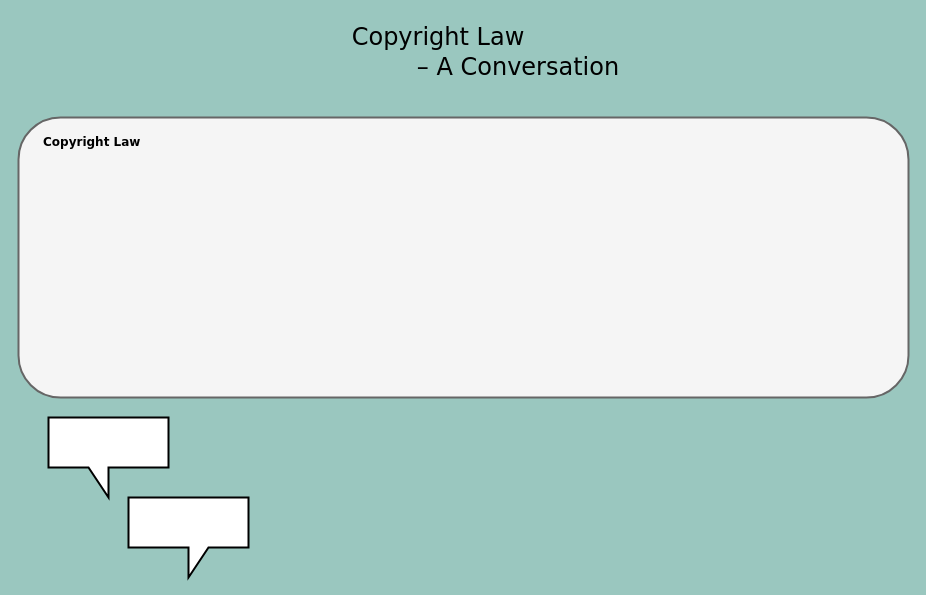
Earlier version of the draw.io diagram copyright_conceptmap.drawio (arockenberger/cc-c_coursework). Source tidied: cells renumbered, new cells numbered last; positions are measured from the earlier drawing's top-left corner, leaving out a move shared by most shapes. Both pictures are drawn from the tidied source at 100%, with x=0, y=0 at pixel (18, 17).
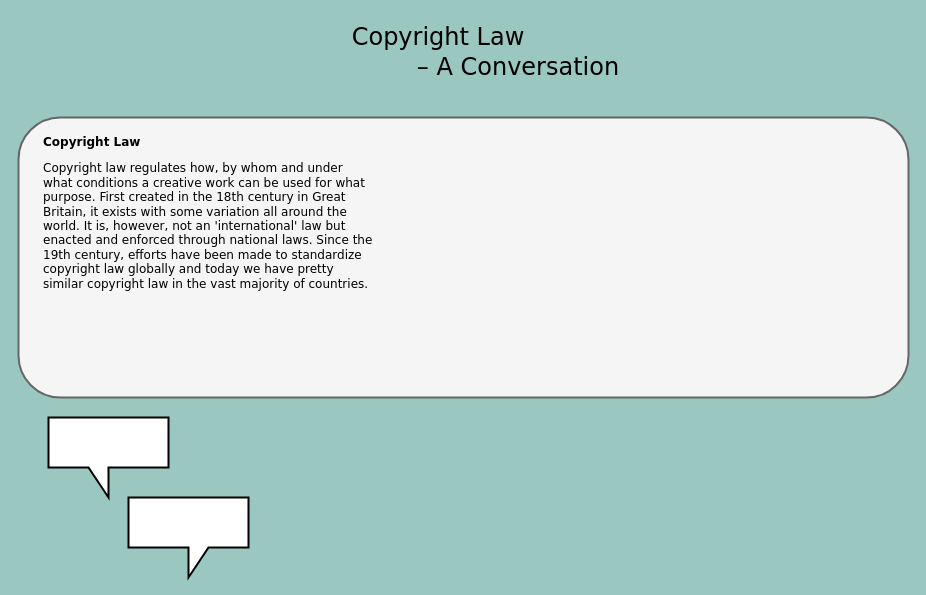
The same diagram, later.

Commit message:
Added textbox about copyright law

What changed in the source:
```diff
@@
 <mxGraphModel background="#9AC7BF">
   <root>
     <mxCell id="0" />
     <mxCell id="1" parent="0" />
     <mxCell id="2" style="rounded=1;whiteSpace=wrap;html=1;strokeWidth=2;fontFamily=Verdana;fontSize=24;fillColor=#f5f5f5;strokeColor=#666666;fontColor=#333333;" parent="1" vertex="1">
       <mxGeometry y="100" width="890" height="280" as="geometry" />
     </mxCell>
     <mxCell id="3" style="shape=callout;whiteSpace=wrap;html=1;perimeter=calloutPerimeter;strokeWidth=2;fontFamily=Verdana;" parent="1" vertex="1">
       <mxGeometry x="110" y="480" width="120" height="80" as="geometry" />
     </mxCell>
     <mxCell id="4" style="shape=callout;whiteSpace=wrap;html=1;perimeter=calloutPerimeter;strokeWidth=2;fontFamily=Verdana;flipV=0;flipH=1;" parent="1" vertex="1">
       <mxGeometry x="30" y="400" width="120" height="80" as="geometry" />
     </mxCell>
     <mxCell id="5" value="Copyright Law" style="text;html=1;strokeColor=none;fillColor=none;align=center;verticalAlign=middle;whiteSpace=wrap;rounded=0;fontFamily=Verdana;fontSize=24;" parent="1" vertex="1">
       <mxGeometry x="320" width="200" height="40" as="geometry" />
     </mxCell>
     <mxCell id="6" value="– A Conversation" style="text;html=1;strokeColor=none;fillColor=none;align=center;verticalAlign=middle;whiteSpace=wrap;rounded=0;fontFamily=Verdana;fontSize=24;" parent="1" vertex="1">
       <mxGeometry x="390" y="40" width="220" height="20" as="geometry" />
     </mxCell>
-    <mxCell id="7" value="&lt;h1 style=&quot;font-size: 12px&quot;&gt;Copyright Law&lt;/h1&gt;&lt;p style=&quot;font-size: 12px&quot;&gt;&lt;br&gt;&lt;/p&gt;" style="text;html=1;strokeColor=none;fillColor=none;spacing=5;spacingTop=-20;whiteSpace=wrap;overflow=hidden;rounded=0;fontFamily=Verdana;fontSize=12;" parent="1" vertex="1">
+    <mxCell id="7" value="&lt;h1 style=&quot;font-size: 12px&quot;&gt;Copyright Law&lt;/h1&gt;&lt;p style=&quot;font-size: 12px&quot;&gt;Copyright law regulates how, by whom and under what conditions a creative work can be used for what purpose. First created in the 18th century in Great Britain, it exists with some variation all around the world. It is, however, not an 'international' law but enacted and enforced through national laws. Since the 19th century, efforts have been made to standardize copyright law globally and today we have pretty similar copyright law in the vast majority of countries.&lt;/p&gt;" style="text;html=1;strokeColor=none;fillColor=none;spacing=5;spacingTop=-20;whiteSpace=wrap;overflow=hidden;rounded=0;fontFamily=Verdana;fontSize=12;" parent="1" vertex="1">
       <mxGeometry x="20" y="120" width="340" height="240" as="geometry" />
     </mxCell>
   </root>
 </mxGraphModel>
```
